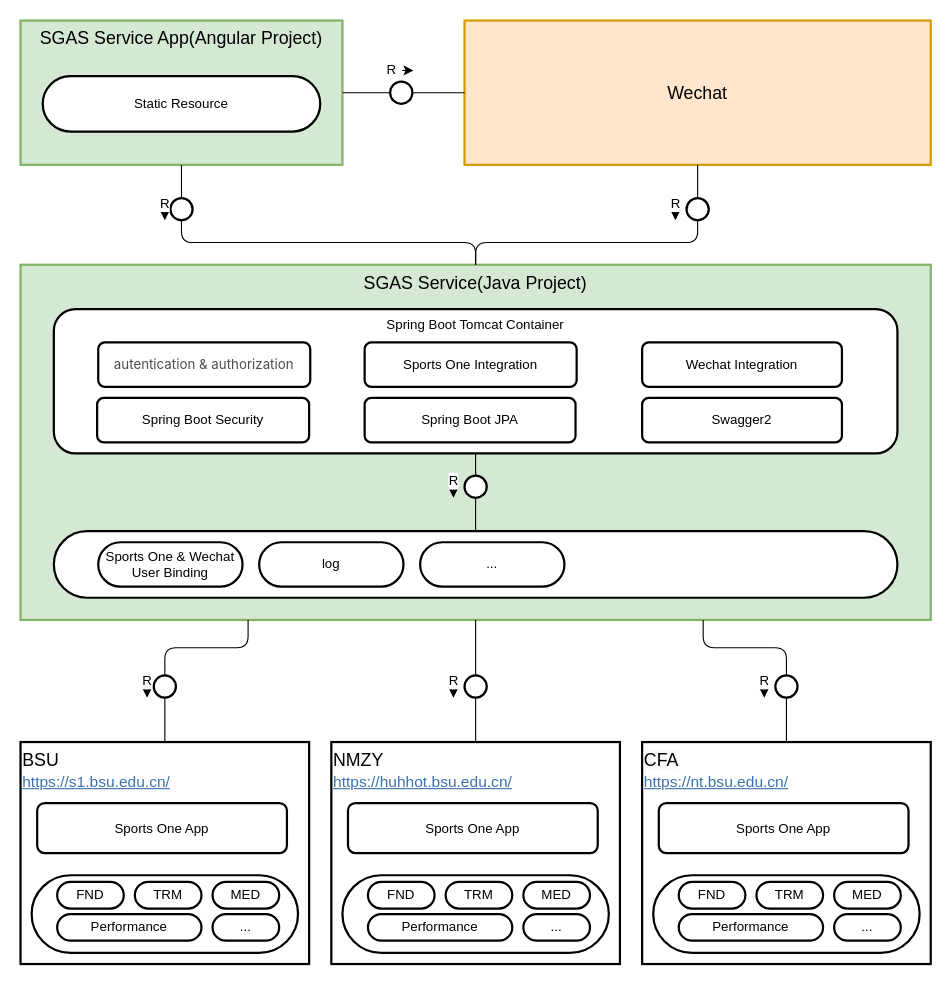
wosary1984/draw.io keeps this draw.io diagram as page "overall" (1 of 7) of SportsOne/Wechat Integration.drawio. Above is the earlier version. Source tidied: cells renumbered, new cells numbered last; positions are measured from the earlier drawing's top-left corner, leaving out a move shared by most shapes. Both pictures are drawn from the tidied source at 111%, with x=0, y=0 at pixel (20, 20). Pictures stored in the file or linked from it are replaced by grey dashed boxes.
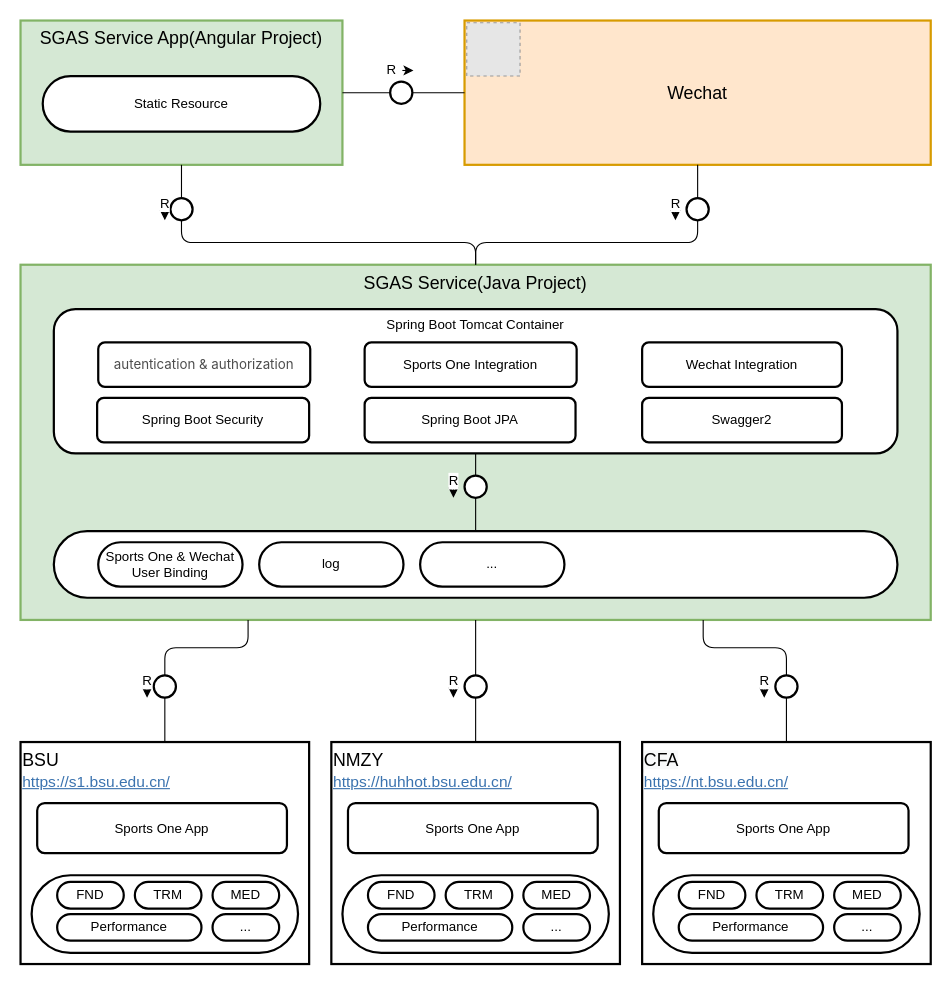
The same diagram, later.

Change to the diagram source:
```diff
@@
+    <mxCell id="77" style="fillColor=#E6E6E6;strokeColor=#999999;dashed=1;html=1;verticalAlign=top;verticalLabelPosition=bottom;labelBackgroundColor=#ffffff;" parent="1" vertex="1">
+      <mxGeometry x="402" y="2" width="48" height="48" as="geometry" />
+    </mxCell>
```
